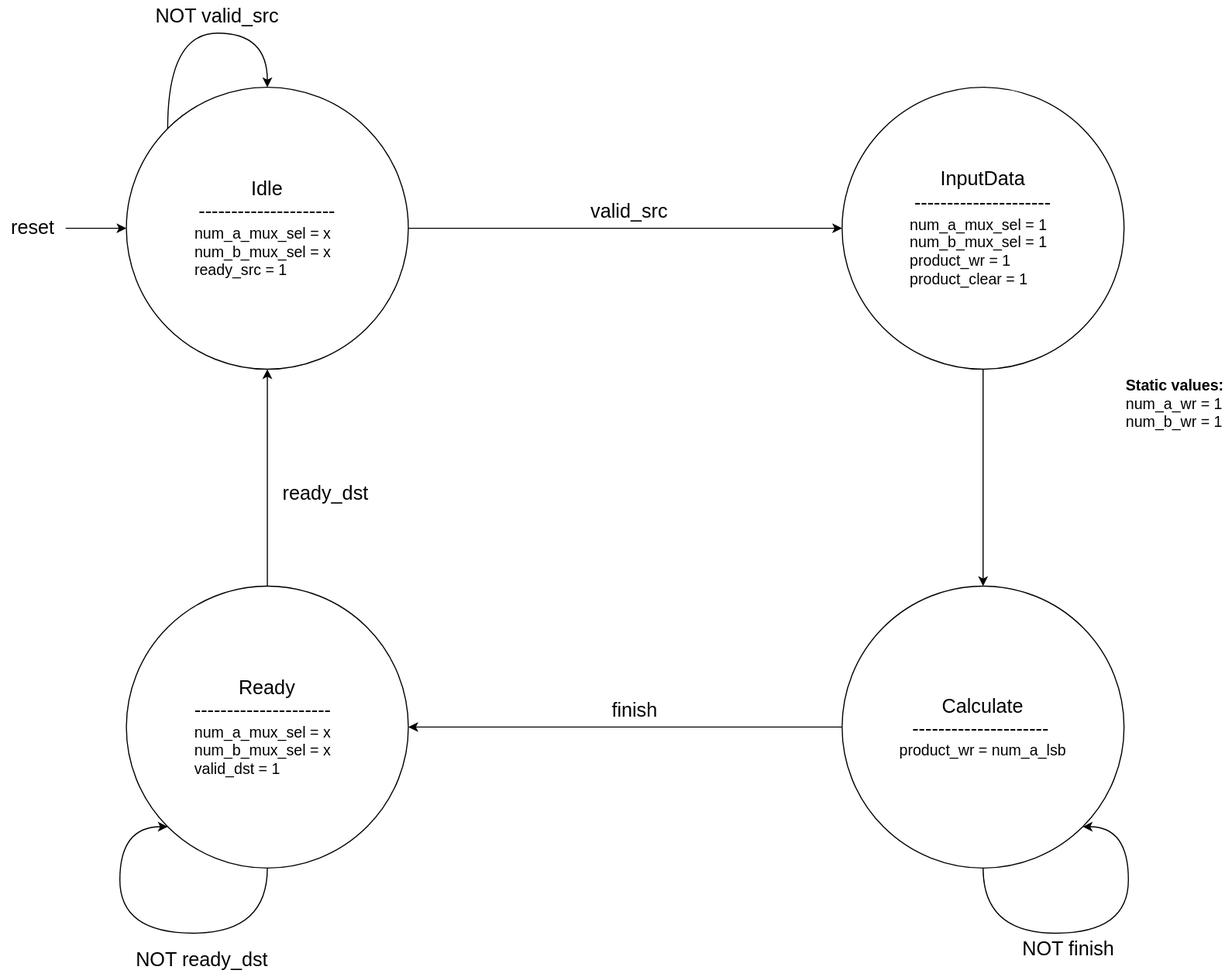
Earlier version of the draw.io export Tayyab/SequentialSignedMultiplier/docs/images/stg.drawio.svg (medsuet/Xcelerium-IC-Design-Training). Source tidied: cells renumbered, new cells last; positions are measured from the earlier drawing's top-left corner, leaving out a move shared by most shapes.
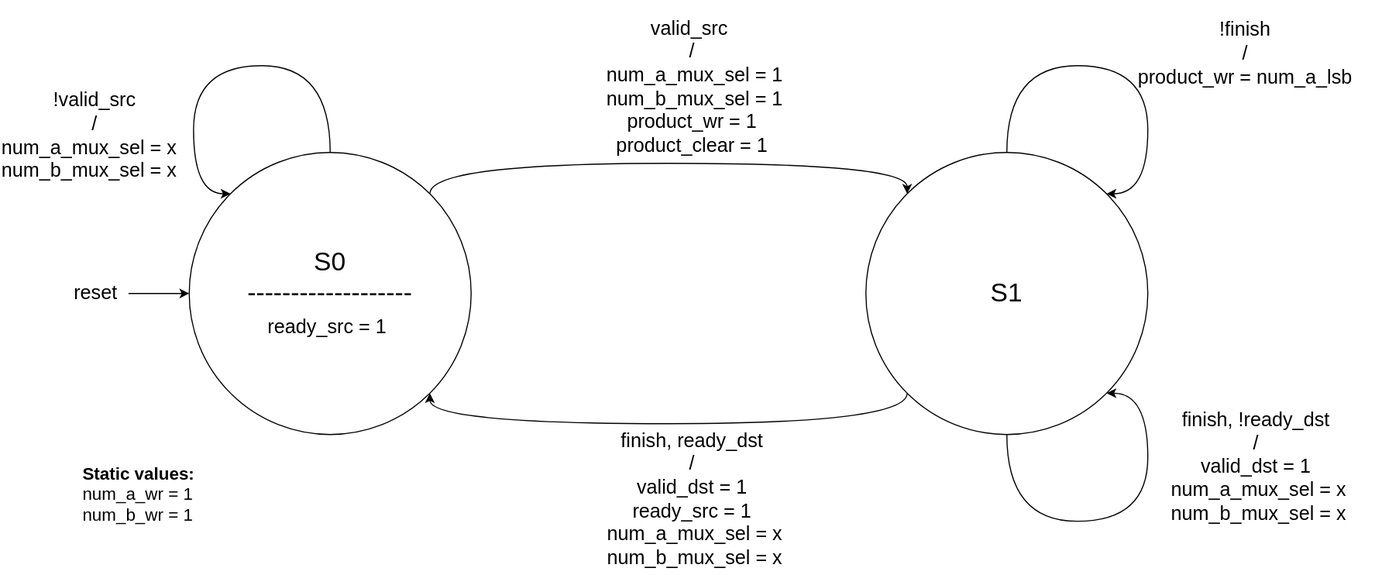
Above is the later version.

Change to the diagram source:
```diff
@@ -2,82 +2,78 @@
   <root>
     <mxCell id="0" />
     <mxCell id="1" parent="0" />
-    <mxCell id="2" style="edgeStyle=orthogonalEdgeStyle;rounded=0;jettySize=auto;html=1;exitX=1;exitY=0.5;exitDx=0;exitDy=0;entryX=0;entryY=0.5;entryDx=0;entryDy=0;" parent="1" edge="1" source="3" target="5">
-      <mxGeometry relative="1" as="geometry" />
-    </mxCell>
+    <mxCell id="22" style="edgeStyle=orthogonalEdgeStyle;rounded=0;jettySize=auto;html=1;exitX=1;exitY=0;exitDx=0;exitDy=0;entryX=0;entryY=0;entryDx=0;entryDy=0;curved=1;" parent="1" edge="1" source="3" target="7">
+      <mxGeometry relative="1" as="geometry">
+        <Array as="points">
+          <mxPoint x="338" y="90" />
+          <mxPoint x="778" y="90" />
+        </Array>
+      </mxGeometry>
+    </mxCell>
-    <mxCell id="3" value="&lt;font style=&quot;font-size: 18px;&quot;&gt;Idle&lt;/font&gt;&lt;div&gt;&lt;font style=&quot;font-size: 18px;&quot;&gt;---------------------&lt;/font&gt;&lt;/div&gt;&lt;div style=&quot;font-size: 14px;&quot;&gt;&lt;font style=&quot;font-size: 14px;&quot;&gt;&lt;div style=&quot;text-align: left;&quot;&gt;num_a_mux_sel = x&amp;nbsp;&lt;/div&gt;&lt;div style=&quot;text-align: left;&quot;&gt;num_b_mux_sel = x&amp;nbsp;&amp;nbsp;&lt;/div&gt;&lt;div style=&quot;text-align: left;&quot;&gt;ready_src = 1&amp;nbsp;&lt;/div&gt;&lt;/font&gt;&lt;/div&gt;" style="ellipse;whiteSpace=wrap;html=1;fontSize=18;" parent="1" vertex="1">
+    <mxCell id="3" value="&lt;font style=&quot;font-size: 24px;&quot;&gt;S0&lt;/font&gt;&lt;div&gt;&lt;font style=&quot;font-size: 24px;&quot;&gt;-------------------&lt;/font&gt;&lt;/div&gt;&lt;div&gt;&lt;font style=&quot;font-size: 24px;&quot;&gt;&lt;span style=&quot;font-size: 18px; text-align: left;&quot;&gt;ready_src = 1&amp;nbsp;&lt;/span&gt;&lt;br&gt;&lt;/font&gt;&lt;/div&gt;" style="ellipse;whiteSpace=wrap;html=1;fontSize=18;" parent="1" vertex="1">
       <mxGeometry x="116" y="80" width="260" height="260" as="geometry" />
     </mxCell>
-    <mxCell id="4" style="edgeStyle=orthogonalEdgeStyle;rounded=0;jettySize=auto;html=1;exitX=0.5;exitY=1;exitDx=0;exitDy=0;entryX=0.5;entryY=0;entryDx=0;entryDy=0;" parent="1" edge="1" source="5" target="7">
-      <mxGeometry relative="1" as="geometry" />
-    </mxCell>
-    <mxCell id="5" value="&lt;font style=&quot;font-size: 18px;&quot;&gt;InputData&lt;/font&gt;&lt;div&gt;&lt;font style=&quot;font-size: 18px;&quot;&gt;---------------------&lt;/font&gt;&lt;/div&gt;&lt;div style=&quot;font-size: 14px;&quot;&gt;&lt;font style=&quot;font-size: 14px;&quot;&gt;&lt;div style=&quot;text-align: left;&quot;&gt;num_a_mux_sel = 1&lt;/div&gt;&lt;div style=&quot;text-align: left;&quot;&gt;num_b_mux_sel = 1&amp;nbsp;&amp;nbsp;&lt;/div&gt;&lt;div style=&quot;text-align: left;&quot;&gt;product_wr = 1&lt;/div&gt;&lt;div style=&quot;text-align: left;&quot;&gt;product_clear = 1&lt;/div&gt;&lt;/font&gt;&lt;/div&gt;" style="ellipse;whiteSpace=wrap;html=1;fontSize=18;" parent="1" vertex="1">
-      <mxGeometry x="776" y="80" width="260" height="260" as="geometry" />
-    </mxCell>
-    <mxCell id="6" style="edgeStyle=orthogonalEdgeStyle;rounded=0;jettySize=auto;html=1;exitX=0;exitY=0.5;exitDx=0;exitDy=0;entryX=1;entryY=0.5;entryDx=0;entryDy=0;" parent="1" edge="1" source="7" target="12">
-      <mxGeometry relative="1" as="geometry" />
-    </mxCell>
+    <mxCell id="23" style="edgeStyle=orthogonalEdgeStyle;rounded=0;jettySize=auto;html=1;exitX=0;exitY=1;exitDx=0;exitDy=0;entryX=1;entryY=1;entryDx=0;entryDy=0;curved=1;" parent="1" edge="1" source="7" target="3">
+      <mxGeometry relative="1" as="geometry">
+        <Array as="points">
+          <mxPoint x="778" y="330" />
+          <mxPoint x="338" y="330" />
+        </Array>
+      </mxGeometry>
+    </mxCell>
-    <mxCell id="7" value="Calculate&lt;br&gt;&lt;div&gt;&lt;font style=&quot;font-size: 18px;&quot;&gt;---------------------&lt;/font&gt;&lt;span style=&quot;background-color: initial; text-align: left; font-size: 14px;&quot;&gt;&amp;nbsp;&lt;/span&gt;&lt;/div&gt;&lt;div style=&quot;font-size: 14px;&quot;&gt;&lt;font style=&quot;font-size: 14px;&quot;&gt;&lt;div style=&quot;text-align: left;&quot;&gt;product_wr = num_a_lsb&lt;/div&gt;&lt;/font&gt;&lt;/div&gt;" style="ellipse;whiteSpace=wrap;html=1;fontSize=18;" parent="1" vertex="1">
-      <mxGeometry x="776" y="540" width="260" height="260" as="geometry" />
+    <mxCell id="7" value="&lt;font style=&quot;font-size: 24px;&quot;&gt;S1&lt;/font&gt;" style="ellipse;whiteSpace=wrap;html=1;fontSize=18;" parent="1" vertex="1">
+      <mxGeometry x="740" y="80" width="260" height="260" as="geometry" />
     </mxCell>
-    <mxCell id="8" value="valid_src" style="text;html=1;align=center;verticalAlign=middle;whiteSpace=wrap;rounded=0;fontSize=18;" parent="1" vertex="1">
-      <mxGeometry x="530" y="180" width="100" height="30" as="geometry" />
+    <mxCell id="8" value="valid_src&amp;nbsp;&lt;div&gt;&lt;div&gt;&lt;span style=&quot;background-color: initial;&quot;&gt;/&lt;/span&gt;&lt;/div&gt;&lt;div&gt;&lt;span style=&quot;background-color: initial;&quot;&gt;&amp;nbsp;num_a_mux_sel = 1&lt;/span&gt;&lt;div&gt;&lt;div&gt;&amp;nbsp;num_b_mux_sel = 1&lt;br&gt;&lt;/div&gt;&lt;/div&gt;&lt;/div&gt;&lt;/div&gt;&lt;div&gt;product_wr = 1&lt;/div&gt;&lt;div&gt;product_clear = 1&lt;/div&gt;" style="text;html=1;align=center;verticalAlign=middle;whiteSpace=wrap;rounded=0;fontSize=18;" parent="1" vertex="1">
+      <mxGeometry x="470" y="-40" width="220" height="120" as="geometry" />
     </mxCell>
-    <mxCell id="9" value="NOT finish" style="text;html=1;align=center;verticalAlign=middle;whiteSpace=wrap;rounded=0;fontSize=18;" parent="1" vertex="1">
-      <mxGeometry x="940" y="860" width="90" height="30" as="geometry" />
-    </mxCell>
-    <mxCell id="10" value="finish" style="text;html=1;align=center;verticalAlign=middle;whiteSpace=wrap;rounded=0;fontSize=18;" parent="1" vertex="1">
-      <mxGeometry x="540" y="640" width="90" height="30" as="geometry" />
-    </mxCell>
-    <mxCell id="11" style="edgeStyle=orthogonalEdgeStyle;rounded=0;jettySize=auto;html=1;exitX=0.5;exitY=0;exitDx=0;exitDy=0;entryX=0.5;entryY=1;entryDx=0;entryDy=0;" parent="1" edge="1" source="12" target="3">
-      <mxGeometry relative="1" as="geometry" />
-    </mxCell>
-    <mxCell id="12" value="&lt;font style=&quot;font-size: 18px;&quot;&gt;Ready&lt;/font&gt;&lt;div&gt;&lt;font style=&quot;font-size: 18px;&quot;&gt;---------------------&lt;/font&gt;&lt;span style=&quot;background-color: initial; text-align: left; font-size: 14px;&quot;&gt;&amp;nbsp;&amp;nbsp;&lt;/span&gt;&lt;/div&gt;&lt;div style=&quot;font-size: 14px;&quot;&gt;&lt;font style=&quot;font-size: 14px;&quot;&gt;&lt;div style=&quot;text-align: left;&quot;&gt;num_a_mux_sel = x&amp;nbsp;&lt;/div&gt;&lt;div style=&quot;text-align: left;&quot;&gt;num_b_mux_sel = x&amp;nbsp;&amp;nbsp;&lt;/div&gt;&lt;div style=&quot;text-align: left;&quot;&gt;&lt;div&gt;valid_dst = 1&lt;/div&gt;&lt;/div&gt;&lt;/font&gt;&lt;/div&gt;" style="ellipse;whiteSpace=wrap;html=1;fontSize=18;" parent="1" vertex="1">
-      <mxGeometry x="116" y="540" width="260" height="260" as="geometry" />
-    </mxCell>
-    <mxCell id="13" style="edgeStyle=orthogonalEdgeStyle;rounded=0;orthogonalLoop=1;jettySize=auto;html=1;exitX=0.5;exitY=1;exitDx=0;exitDy=0;entryX=1;entryY=1;entryDx=0;entryDy=0;curved=1;" parent="1" edge="1" source="7" target="7">
-      <mxGeometry relative="1" as="geometry">
-        <Array as="points">
-          <mxPoint x="906" y="860" />
-          <mxPoint x="1040" y="860" />
-          <mxPoint x="1040" y="762" />
-        </Array>
-      </mxGeometry>
-    </mxCell>
     <mxCell id="14" style="edgeStyle=orthogonalEdgeStyle;rounded=0;jettySize=auto;html=1;" parent="1" edge="1" source="15" target="3">
       <mxGeometry relative="1" as="geometry" />
     </mxCell>
     <mxCell id="15" value="reset" style="text;html=1;align=center;verticalAlign=middle;whiteSpace=wrap;rounded=0;fontSize=18;" parent="1" vertex="1">
       <mxGeometry y="195" width="60" height="30" as="geometry" />
     </mxCell>
-    <mxCell id="16" style="edgeStyle=orthogonalEdgeStyle;rounded=0;orthogonalLoop=1;jettySize=auto;html=1;exitX=0;exitY=0;exitDx=0;exitDy=0;entryX=0.5;entryY=0;entryDx=0;entryDy=0;curved=1;" parent="1" edge="1" source="3" target="3">
-      <mxGeometry relative="1" as="geometry">
-        <Array as="points">
-          <mxPoint x="154" y="30" />
-          <mxPoint x="246" y="30" />
-        </Array>
-      </mxGeometry>
-    </mxCell>
-    <mxCell id="17" value="NOT valid_src" style="text;html=1;align=center;verticalAlign=middle;whiteSpace=wrap;rounded=0;fontSize=18;" parent="1" vertex="1">
-      <mxGeometry x="140" width="120" height="30" as="geometry" />
+    <mxCell id="17" value="!valid_src&lt;div&gt;/&lt;/div&gt;&lt;div&gt;&lt;div style=&quot;text-align: left;&quot;&gt;num_a_mux_sel = x&amp;nbsp;&lt;/div&gt;&lt;div style=&quot;text-align: left;&quot;&gt;num_b_mux_sel = x&amp;nbsp;&amp;nbsp;&lt;/div&gt;&lt;/div&gt;" style="text;html=1;align=center;verticalAlign=middle;whiteSpace=wrap;rounded=0;fontSize=18;" parent="1" vertex="1">
+      <mxGeometry x="-58" y="-20" width="174" height="170" as="geometry" />
     </mxCell>
-    <mxCell id="18" value="&lt;div style=&quot;font-size: 14px;&quot;&gt;&lt;b style=&quot;&quot;&gt;&lt;font style=&quot;font-size: 14px;&quot;&gt;Static values:&lt;/font&gt;&lt;/b&gt;&lt;/div&gt;&lt;font style=&quot;font-size: 14px;&quot;&gt;num_a_wr = 1 &lt;br&gt;num_b_wr = 1&lt;/font&gt;" style="text;whiteSpace=wrap;html=1;" parent="1" vertex="1">
-      <mxGeometry x="1036" y="340" width="100" height="110" as="geometry" />
+    <mxCell id="18" value="&lt;div style=&quot;font-size: 16px;&quot;&gt;&lt;b style=&quot;&quot;&gt;&lt;font style=&quot;font-size: 16px;&quot;&gt;Static values:&lt;/font&gt;&lt;/b&gt;&lt;/div&gt;&lt;font style=&quot;font-size: 16px;&quot;&gt;num_a_wr = 1 &lt;br&gt;num_b_wr = 1&lt;/font&gt;" style="text;whiteSpace=wrap;html=1;" parent="1" vertex="1">
+      <mxGeometry x="16" y="360" width="154" height="110" as="geometry" />
     </mxCell>
-    <mxCell id="19" value="ready_dst" style="text;html=1;align=center;verticalAlign=middle;whiteSpace=wrap;rounded=0;fontSize=18;" parent="1" vertex="1">
-      <mxGeometry x="250" y="440" width="100" height="30" as="geometry" />
-    </mxCell>
-    <mxCell id="20" value="NOT ready_dst" style="text;html=1;align=center;verticalAlign=middle;whiteSpace=wrap;rounded=0;fontSize=18;" parent="1" vertex="1">
-      <mxGeometry x="116" y="870" width="140" height="30" as="geometry" />
-    </mxCell>
-    <mxCell id="21" style="edgeStyle=orthogonalEdgeStyle;rounded=0;orthogonalLoop=1;jettySize=auto;html=1;exitX=0.5;exitY=1;exitDx=0;exitDy=0;entryX=0;entryY=1;entryDx=0;entryDy=0;curved=1;" parent="1" edge="1" source="12" target="12">
-      <mxGeometry relative="1" as="geometry">
-        <Array as="points">
-          <mxPoint x="246" y="860" />
-          <mxPoint x="110" y="860" />
-          <mxPoint x="110" y="762" />
-        </Array>
-      </mxGeometry>
-    </mxCell>
+    <mxCell id="24" value="&lt;div&gt;finish, ready_dst&lt;/div&gt;&lt;div&gt;&lt;span style=&quot;background-color: initial;&quot;&gt;/&lt;/span&gt;&lt;/div&gt;&lt;div&gt;&lt;span style=&quot;background-color: initial;&quot;&gt;valid_dst = 1&lt;/span&gt;&lt;/div&gt;&lt;div&gt;&lt;span style=&quot;background-color: initial;&quot;&gt;ready_src = 1&lt;/span&gt;&lt;/div&gt;&lt;div&gt;&lt;span style=&quot;background-color: initial;&quot;&gt;&amp;nbsp;num_a_mux_sel = x&lt;/span&gt;&lt;div&gt;&lt;div&gt;&amp;nbsp;num_b_mux_sel = x&lt;/div&gt;&lt;/div&gt;&lt;/div&gt;" style="text;html=1;align=center;verticalAlign=middle;whiteSpace=wrap;rounded=0;fontSize=18;" parent="1" vertex="1">
+      <mxGeometry x="470" y="340" width="220" height="120" as="geometry" />
+    </mxCell>
+    <mxCell id="25" value="&lt;div&gt;!finish&lt;/div&gt;&lt;div&gt;&lt;span style=&quot;background-color: initial;&quot;&gt;/&lt;/span&gt;&lt;/div&gt;&lt;div&gt;&lt;span style=&quot;background-color: initial;&quot;&gt;product_wr = num_a_lsb&lt;/span&gt;&lt;div&gt;&lt;br&gt;&lt;/div&gt;&lt;/div&gt;" style="text;html=1;align=center;verticalAlign=middle;whiteSpace=wrap;rounded=0;fontSize=18;" parent="1" vertex="1">
+      <mxGeometry x="980" y="-60" width="220" height="120" as="geometry" />
+    </mxCell>
+    <mxCell id="26" style="edgeStyle=orthogonalEdgeStyle;rounded=0;orthogonalLoop=1;jettySize=auto;html=1;exitX=0.5;exitY=0;exitDx=0;exitDy=0;entryX=1;entryY=0;entryDx=0;entryDy=0;curved=1;" parent="1" edge="1" source="7" target="7">
+      <mxGeometry relative="1" as="geometry">
+        <Array as="points">
+          <mxPoint x="870" />
+          <mxPoint x="1000" />
+          <mxPoint x="1000" y="118" />
+        </Array>
+      </mxGeometry>
+    </mxCell>
+    <mxCell id="27" style="edgeStyle=orthogonalEdgeStyle;rounded=0;orthogonalLoop=1;jettySize=auto;html=1;exitX=0.5;exitY=1;exitDx=0;exitDy=0;entryX=1;entryY=1;entryDx=0;entryDy=0;curved=1;" parent="1" edge="1" source="7" target="7">
+      <mxGeometry relative="1" as="geometry">
+        <Array as="points">
+          <mxPoint x="870" y="420" />
+          <mxPoint x="1000" y="420" />
+          <mxPoint x="1000" y="302" />
+        </Array>
+      </mxGeometry>
+    </mxCell>
+    <mxCell id="28" value="&lt;div&gt;finish, !ready_dst&lt;/div&gt;&lt;div&gt;&lt;span style=&quot;background-color: initial;&quot;&gt;/&lt;/span&gt;&lt;/div&gt;&lt;div&gt;&lt;span style=&quot;background-color: initial;&quot;&gt;valid_dst = 1&lt;/span&gt;&lt;/div&gt;&lt;div&gt;&lt;span style=&quot;background-color: initial;&quot;&gt;&amp;nbsp;num_a_mux_sel = x&lt;/span&gt;&lt;div&gt;&lt;div&gt;&amp;nbsp;num_b_mux_sel = x&lt;/div&gt;&lt;/div&gt;&lt;/div&gt;" style="text;html=1;align=center;verticalAlign=middle;whiteSpace=wrap;rounded=0;fontSize=18;" parent="1" vertex="1">
+      <mxGeometry x="990" y="310" width="220" height="120" as="geometry" />
+    </mxCell>
+    <mxCell id="16" style="edgeStyle=orthogonalEdgeStyle;rounded=0;orthogonalLoop=1;jettySize=auto;html=1;exitX=0.5;exitY=0;exitDx=0;exitDy=0;entryX=0;entryY=0;entryDx=0;entryDy=0;curved=1;" parent="1" edge="1" source="3" target="3">
+      <mxGeometry relative="1" as="geometry">
+        <Array as="points">
+          <mxPoint x="246" />
+          <mxPoint x="120" />
+          <mxPoint x="120" y="118" />
+        </Array>
+      </mxGeometry>
+    </mxCell>
   </root>
 </mxGraphModel>
```
